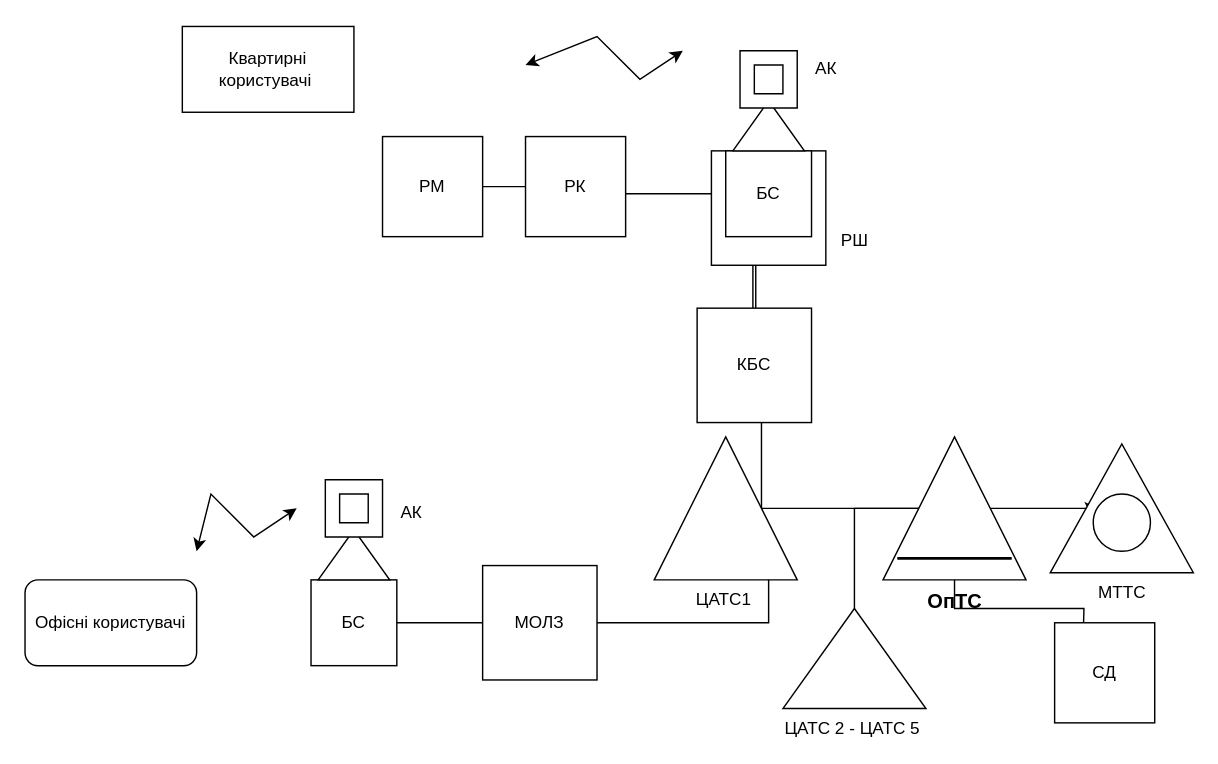
Earlier version of the draw.io diagram ще одна діаграма.drawio (AngelicHavy/site). Source tidied: cells renumbered, new cells numbered last; positions are measured from the earlier drawing's top-left corner, leaving out a move shared by most shapes. Both pictures are drawn from the tidied source at 143%, with x=0, y=0 at pixel (24, 26).
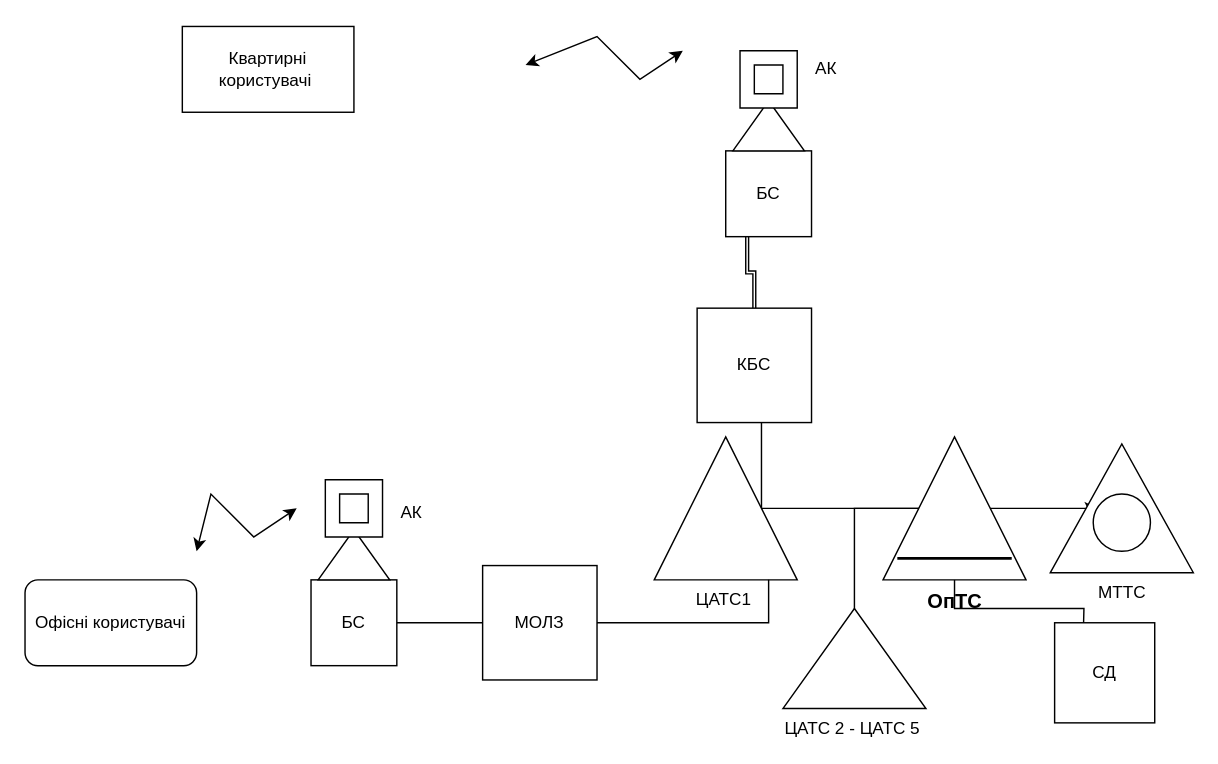
Above is the later version.

Unchanged cells that the change refers to:
```xml
<mxCell id="12" value="КБС" style="whiteSpace=wrap;html=1;" parent="1" vertex="1">
  <mxGeometry x="470" y="197" width="80" height="80" as="geometry" />
</mxCell>
<mxCell id="28" value="БС" style="whiteSpace=wrap;html=1;" parent="1" vertex="1">
  <mxGeometry x="490" y="87" width="60" height="60" as="geometry" />
</mxCell>
```

Change to the diagram source:
```diff
@@
-    <mxCell id="2" style="whiteSpace=wrap;html=1;" parent="1" vertex="1">
-      <mxGeometry x="480" y="87" width="80" height="80" as="geometry" />
-    </mxCell>
@@
-    <mxCell id="11" style="edgeStyle=orthogonalEdgeStyle;rounded=0;jettySize=auto;html=1;exitX=0.5;exitY=0;exitDx=0;exitDy=0;shape=link;width=2;" parent="1" edge="1" source="12">
-      <mxGeometry relative="1" as="geometry">
-        <mxPoint x="510" y="167" as="targetPoint" />
-      </mxGeometry>
+    <mxCell id="11" style="edgeStyle=orthogonalEdgeStyle;rounded=0;jettySize=auto;html=1;exitX=0.5;exitY=0;exitDx=0;exitDy=0;shape=link;width=2;entryX=0.25;entryY=1;entryDx=0;entryDy=0;" parent="1" edge="1" source="12" target="28">
+      <mxGeometry relative="1" as="geometry" />
     </mxCell>
@@
-    <mxCell id="27" style="edgeStyle=orthogonalEdgeStyle;rounded=0;orthogonalLoop=1;jettySize=auto;html=1;" parent="1" edge="1">
-      <mxGeometry relative="1" as="geometry">
-        <mxPoint x="480" y="117" as="sourcePoint" />
-        <mxPoint x="400" y="117" as="targetPoint" />
-      </mxGeometry>
-    </mxCell>
@@
-    <mxCell id="33" value="РШ" style="text;html=1;align=center;verticalAlign=middle;strokeColor=none;fillColor=none;" parent="1" vertex="1">
-      <mxGeometry x="560" y="135" width="40" height="30" as="geometry" />
-    </mxCell>
-    <mxCell id="34" style="edgeStyle=orthogonalEdgeStyle;rounded=0;jettySize=auto;html=1;exitX=0;exitY=0.5;exitDx=0;exitDy=0;" parent="1" edge="1" source="35">
-      <mxGeometry relative="1" as="geometry">
-        <mxPoint x="300" y="112" as="targetPoint" />
-      </mxGeometry>
-    </mxCell>
-    <mxCell id="35" value="РК" style="whiteSpace=wrap;html=1;" parent="1" vertex="1">
-      <mxGeometry x="350" y="77" width="70" height="70" as="geometry" />
-    </mxCell>
-    <mxCell id="36" value="РМ" style="whiteSpace=wrap;html=1;" parent="1" vertex="1">
-      <mxGeometry x="250" y="77" width="70" height="70" as="geometry" />
-    </mxCell>
```
